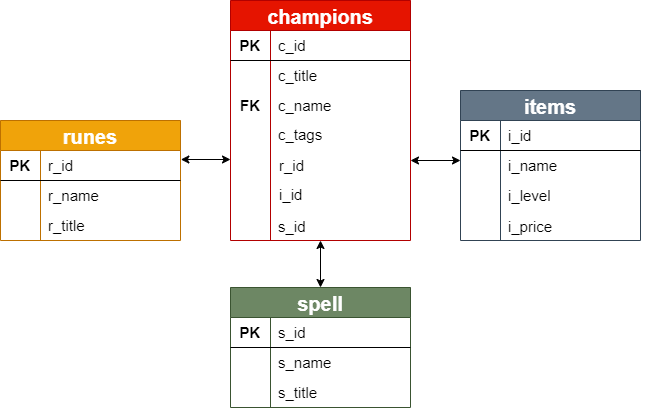
This is Main_Project/diagram/diagram.png from sujeong-jang-creator/JSJB_MiniProject, a draw.io export, as it was before one commit. Source tidied: cells renumbered, new cells last; positions are measured from the earlier drawing's top-left corner, leaving out a move shared by most shapes.
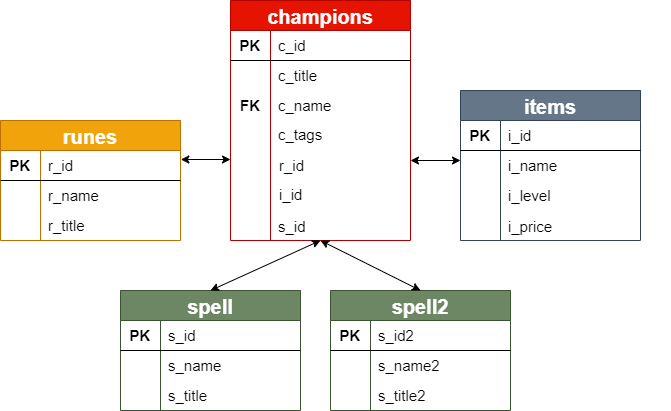
The same diagram one commit later.

Commit message:
add spell2 table

Diff of the diagram source:
```diff
@@ -147,7 +147,7 @@
       <mxGeometry x="40" width="140" height="30" as="geometry" />
     </mxCell>
     <mxCell id="50" value="spell" style="shape=table;startSize=30;rowLines=0;fontStyle=1;align=center;fontSize=20;fillColor=#6d8764;strokeColor=#3A5431;fontColor=#ffffff;" parent="1" vertex="1">
-      <mxGeometry x="230" y="287" width="180" height="120" as="geometry" />
+      <mxGeometry x="120" y="290" width="180" height="120" as="geometry" />
     </mxCell>
     <mxCell id="51" style="shape=partialRectangle;html=1;whiteSpace=wrap;fillColor=none;top=0;left=0;bottom=1;right=0;" parent="50" vertex="1">
       <mxGeometry y="30" width="180" height="30" as="geometry" />
@@ -198,5 +198,40 @@
     <mxCell id="64" value="&lt;font style=&quot;font-size: 15px&quot;&gt;i_price&lt;/font&gt;" style="text;html=1;strokeColor=none;fillColor=none;align=center;verticalAlign=middle;whiteSpace=wrap;rounded=0;" parent="1" vertex="1">
       <mxGeometry x="510" y="216" width="40" height="20" as="geometry" />
     </mxCell>
+    <mxCell id="65" value="spell2" style="shape=table;startSize=30;rowLines=0;fontStyle=1;align=center;fontSize=20;fillColor=#6d8764;strokeColor=#3A5431;fontColor=#ffffff;" parent="1" vertex="1">
+      <mxGeometry x="330" y="290" width="180" height="120" as="geometry" />
+    </mxCell>
+    <mxCell id="66" style="shape=partialRectangle;html=1;whiteSpace=wrap;fillColor=none;top=0;left=0;bottom=1;right=0;" parent="65" vertex="1">
+      <mxGeometry y="30" width="180" height="30" as="geometry" />
+    </mxCell>
+    <mxCell id="67" value="&lt;b&gt;&lt;font style=&quot;font-size: 15px&quot;&gt;PK&lt;/font&gt;&lt;/b&gt;" style="shape=partialRectangle;html=1;whiteSpace=wrap;fillColor=none;top=0;left=0;bottom=0;right=0;overflow=hidden;" parent="66" vertex="1">
+      <mxGeometry width="40" height="30" as="geometry" />
+    </mxCell>
+    <mxCell id="68" value="&lt;font style=&quot;font-size: 15px&quot;&gt;s_id2&lt;/font&gt;" style="shape=partialRectangle;html=1;whiteSpace=wrap;fillColor=none;top=0;left=0;bottom=0;right=0;align=left;spacingLeft=6;overflow=hidden;" parent="66" vertex="1">
+      <mxGeometry x="40" width="140" height="30" as="geometry" />
+    </mxCell>
+    <mxCell id="69" style="shape=partialRectangle;html=1;whiteSpace=wrap;fillColor=none;top=0;left=0;bottom=0;right=0;" parent="65" vertex="1">
+      <mxGeometry y="60" width="180" height="30" as="geometry" />
+    </mxCell>
+    <mxCell id="70" style="shape=partialRectangle;html=1;whiteSpace=wrap;fillColor=none;top=0;left=0;bottom=0;right=0;overflow=hidden;" parent="69" vertex="1">
+      <mxGeometry width="40" height="30" as="geometry" />
+    </mxCell>
+    <mxCell id="71" value="&lt;span style=&quot;font-size: 15px&quot;&gt;s_name2&lt;/span&gt;" style="shape=partialRectangle;html=1;whiteSpace=wrap;fillColor=none;top=0;left=0;bottom=0;right=0;align=left;spacingLeft=6;overflow=hidden;" parent="69" vertex="1">
+      <mxGeometry x="40" width="140" height="30" as="geometry" />
+    </mxCell>
+    <mxCell id="72" style="shape=partialRectangle;html=1;whiteSpace=wrap;fillColor=none;top=0;left=0;bottom=0;right=0;" parent="65" vertex="1">
+      <mxGeometry y="90" width="180" height="30" as="geometry" />
+    </mxCell>
+    <mxCell id="73" style="shape=partialRectangle;html=1;whiteSpace=wrap;fillColor=none;top=0;left=0;bottom=0;right=0;overflow=hidden;" parent="72" vertex="1">
+      <mxGeometry width="40" height="30" as="geometry" />
+    </mxCell>
+    <mxCell id="74" value="&lt;span style=&quot;font-size: 15px&quot;&gt;s_title2&lt;/span&gt;" style="shape=partialRectangle;html=1;whiteSpace=wrap;fillColor=none;top=0;left=0;bottom=0;right=0;align=left;spacingLeft=6;overflow=hidden;" parent="72" vertex="1">
+      <mxGeometry x="40" width="140" height="30" as="geometry" />
+    </mxCell>
+    <mxCell id="75" style="endArrow=classic;startArrow=classic;html=1;fontSize=20;fontColor=#FFFFFF;exitX=0.5;exitY=0;exitDx=0;exitDy=0;" parent="1" edge="1" source="65">
+      <mxGeometry relative="1" as="geometry">
+        <mxPoint x="320" y="240" as="targetPoint" />
+      </mxGeometry>
+    </mxCell>
   </root>
 </mxGraphModel>
```
